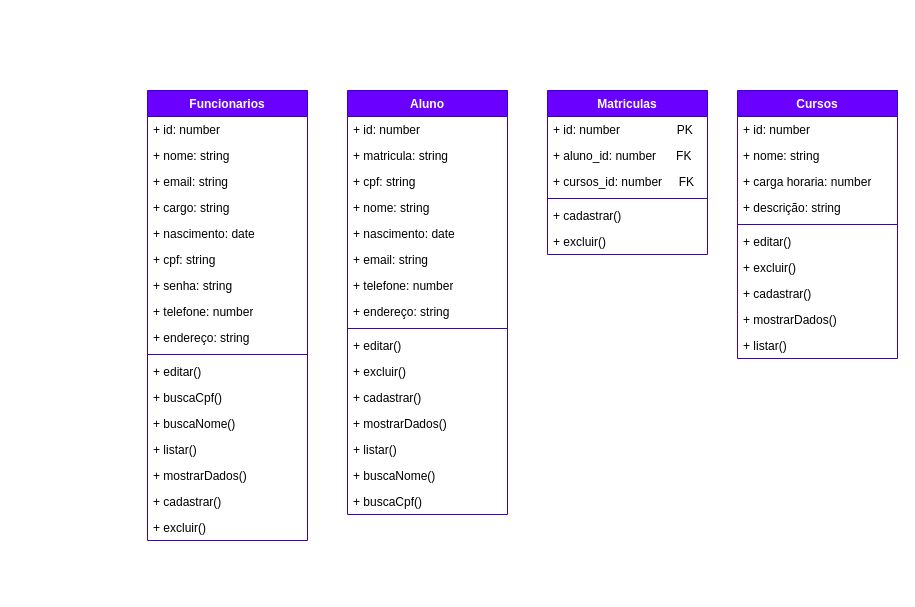
Earlier version of the draw.io diagram diagramas/classes.drawio (ismaelnata01-maker/sistema-de-gestao-escolar). Source tidied: cells renumbered, new cells numbered last; positions are measured from the earlier drawing's top-left corner, leaving out a move shared by most shapes. Both pictures are drawn from the tidied source at 100%, with x=0, y=0 at pixel (147, 90).
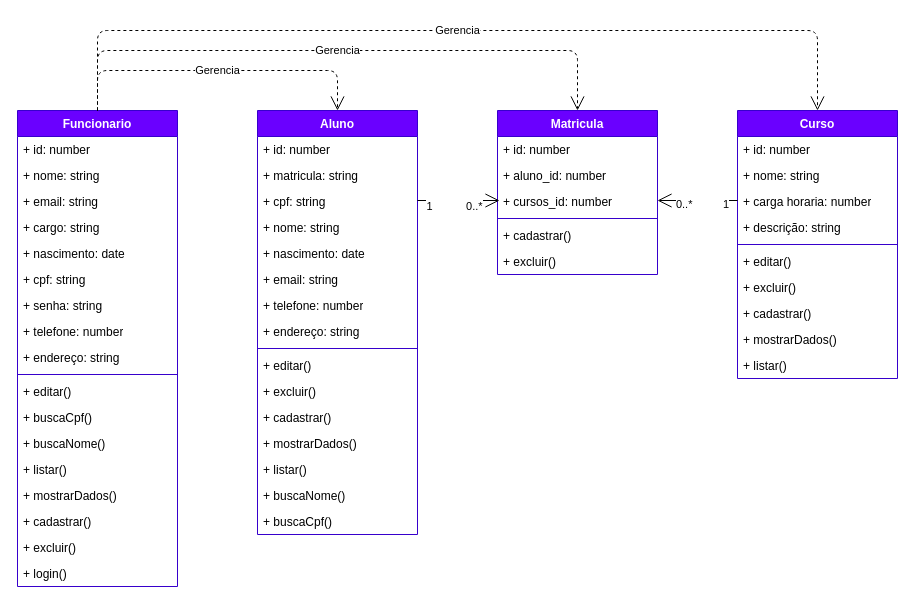
After the change.

What changed in the source:
```diff
@@
     <mxCell id="2" value="Aluno" style="swimlane;fontStyle=1;align=center;verticalAlign=top;horizontal=1;startSize=26;whiteSpace=wrap;html=1;fillColor=#6a00ff;strokeColor=#3700CC;fontColor=#ffffff;" parent="1" vertex="1">
-      <mxGeometry x="200" width="160" height="424" as="geometry" />
+      <mxGeometry x="110" y="20" width="160" height="424" as="geometry" />
     </mxCell>
@@
-    <mxCell id="19" value="Funcionarios" style="swimlane;fontStyle=1;align=center;verticalAlign=top;horizontal=1;startSize=26;whiteSpace=wrap;html=1;fillColor=#6a00ff;strokeColor=#3700CC;fontColor=#ffffff;" parent="1" vertex="1">
-      <mxGeometry width="160" height="450" as="geometry" />
+    <mxCell id="19" value="Funcionario" style="swimlane;fontStyle=1;align=center;verticalAlign=top;horizontal=1;startSize=26;whiteSpace=wrap;html=1;fillColor=#6a00ff;strokeColor=#3700CC;fontColor=#ffffff;" parent="1" vertex="1">
+      <mxGeometry x="-130" y="20" width="160" height="476" as="geometry" />
     </mxCell>
@@
+    <mxCell id="55" value="&lt;span style=&quot;color: rgb(0, 0, 0);&quot;&gt;+ login()&lt;/span&gt;" style="text;strokeColor=none;fillColor=none;align=left;verticalAlign=top;spacingLeft=4;spacingRight=4;overflow=hidden;whiteSpace=wrap;html=1;" parent="19" vertex="1">
+      <mxGeometry y="450" width="160" height="26" as="geometry" />
+    </mxCell>
-    <mxCell id="37" value="Cursos" style="swimlane;fontStyle=1;align=center;verticalAlign=top;horizontal=1;startSize=26;whiteSpace=wrap;html=1;fillColor=#6a00ff;strokeColor=#3700CC;fontColor=#ffffff;" parent="1" vertex="1">
-      <mxGeometry x="590" width="160" height="268" as="geometry" />
+    <mxCell id="37" value="Curso" style="swimlane;fontStyle=1;align=center;verticalAlign=top;horizontal=1;startSize=26;whiteSpace=wrap;html=1;fillColor=#6a00ff;strokeColor=#3700CC;fontColor=#ffffff;" parent="1" vertex="1">
+      <mxGeometry x="590" y="20" width="160" height="268" as="geometry" />
     </mxCell>
@@
-    <mxCell id="48" value="Matriculas" style="swimlane;fontStyle=1;align=center;verticalAlign=top;horizontal=1;startSize=26;whiteSpace=wrap;html=1;fillColor=#6a00ff;strokeColor=#3700CC;fontColor=#ffffff;" parent="1" vertex="1">
-      <mxGeometry x="400" width="160" height="164" as="geometry" />
+    <mxCell id="48" value="Matricula" style="swimlane;fontStyle=1;align=center;verticalAlign=top;horizontal=1;startSize=26;whiteSpace=wrap;html=1;fillColor=#6a00ff;strokeColor=#3700CC;fontColor=#ffffff;" parent="1" vertex="1">
+      <mxGeometry x="350" y="20" width="160" height="164" as="geometry" />
     </mxCell>
-    <mxCell id="49" value="+ id: number&amp;nbsp; &amp;nbsp; &amp;nbsp; &amp;nbsp; &amp;nbsp; &amp;nbsp; &amp;nbsp; &amp;nbsp; &amp;nbsp;PK" style="text;strokeColor=none;fillColor=none;align=left;verticalAlign=top;spacingLeft=4;spacingRight=4;overflow=hidden;whiteSpace=wrap;html=1;" parent="48" vertex="1">
+    <mxCell id="49" value="+ id: number" style="text;strokeColor=none;fillColor=none;align=left;verticalAlign=top;spacingLeft=4;spacingRight=4;overflow=hidden;whiteSpace=wrap;html=1;" parent="48" vertex="1">
       <mxGeometry y="26" width="160" height="26" as="geometry" />
     </mxCell>
-    <mxCell id="50" value="+ aluno_id: number&amp;nbsp; &amp;nbsp; &amp;nbsp; FK" style="text;strokeColor=none;fillColor=none;align=left;verticalAlign=top;spacingLeft=4;spacingRight=4;overflow=hidden;whiteSpace=wrap;html=1;" parent="48" vertex="1">
+    <mxCell id="50" value="+ aluno_id: number" style="text;strokeColor=none;fillColor=none;align=left;verticalAlign=top;spacingLeft=4;spacingRight=4;overflow=hidden;whiteSpace=wrap;html=1;" parent="48" vertex="1">
       <mxGeometry y="52" width="160" height="26" as="geometry" />
     </mxCell>
-    <mxCell id="51" value="+ cursos_id: number&amp;nbsp; &amp;nbsp; &amp;nbsp;FK" style="text;strokeColor=none;fillColor=none;align=left;verticalAlign=top;spacingLeft=4;spacingRight=4;overflow=hidden;whiteSpace=wrap;html=1;" parent="48" vertex="1">
+    <mxCell id="51" value="+ cursos_id: number" style="text;strokeColor=none;fillColor=none;align=left;verticalAlign=top;spacingLeft=4;spacingRight=4;overflow=hidden;whiteSpace=wrap;html=1;" parent="48" vertex="1">
       <mxGeometry y="78" width="160" height="26" as="geometry" />
     </mxCell>
@@
+    <mxCell id="56" style="endArrow=open;endFill=1;endSize=12;html=1;" parent="1" edge="1">
+      <mxGeometry relative="1" as="geometry">
+        <mxPoint x="590" y="110" as="sourcePoint" />
+        <mxPoint x="510" y="110" as="targetPoint" />
+      </mxGeometry>
+    </mxCell>
+    <mxCell id="57" value="&lt;span&gt;0..*&amp;nbsp; &amp;nbsp; &amp;nbsp; &amp;nbsp; &amp;nbsp; 1&lt;/span&gt;" style="edgeLabel;html=1;align=center;verticalAlign=middle;" parent="56" vertex="1">
+      <mxGeometry x="-0.1" y="3" relative="1" as="geometry" />
+    </mxCell>
+    <mxCell id="58" style="endArrow=open;endFill=1;endSize=12;html=1;exitX=0.994;exitY=0.269;exitDx=0;exitDy=0;exitPerimeter=0;" parent="1" edge="1">
+      <mxGeometry relative="1" as="geometry">
+        <mxPoint x="270" y="110" as="sourcePoint" />
+        <mxPoint x="352" y="110" as="targetPoint" />
+      </mxGeometry>
+    </mxCell>
+    <mxCell id="59" value="1&amp;nbsp; &amp;nbsp; &amp;nbsp; &amp;nbsp; &amp;nbsp; &amp;nbsp;0..*" style="edgeLabel;html=1;align=center;verticalAlign=middle;" parent="58" vertex="1">
+      <mxGeometry x="-0.12" y="-5" relative="1" as="geometry" />
+    </mxCell>
+    <mxCell id="60" value="Gerencia" style="endArrow=open;endSize=12;dashed=1;html=1;" parent="1" edge="1">
+      <mxGeometry relative="1" as="geometry">
+        <mxPoint x="-50" y="20" as="sourcePoint" />
+        <mxPoint x="190" y="20" as="targetPoint" />
+        <Array as="points">
+          <mxPoint x="-50" y="-20" />
+          <mxPoint x="190" y="-20" />
+        </Array>
+      </mxGeometry>
+    </mxCell>
+    <mxCell id="61" value="&lt;span style=&quot;color: rgb(0, 0, 0);&quot;&gt;Gerencia&lt;/span&gt;" style="endArrow=open;endSize=12;dashed=1;html=1;entryX=0.5;entryY=0;entryDx=0;entryDy=0;exitX=0.5;exitY=0;exitDx=0;exitDy=0;" parent="1" edge="1" source="19">
+      <mxGeometry relative="1" as="geometry">
+        <mxPoint x="430" y="20" as="targetPoint" />
+        <Array as="points">
+          <mxPoint x="-50" y="-40" />
+          <mxPoint x="430" y="-40" />
+        </Array>
+      </mxGeometry>
+    </mxCell>
+    <mxCell id="62" value="&lt;span style=&quot;color: rgb(0, 0, 0);&quot;&gt;Gerencia&lt;/span&gt;" style="endArrow=open;endSize=12;dashed=1;html=1;entryX=0.5;entryY=0;entryDx=0;entryDy=0;exitX=0.5;exitY=0;exitDx=0;exitDy=0;" parent="1" edge="1" source="19" target="37">
+      <mxGeometry relative="1" as="geometry">
+        <Array as="points">
+          <mxPoint x="-50" y="-60" />
+          <mxPoint x="430" y="-60" />
+          <mxPoint x="670" y="-60" />
+        </Array>
+      </mxGeometry>
+    </mxCell>
```
